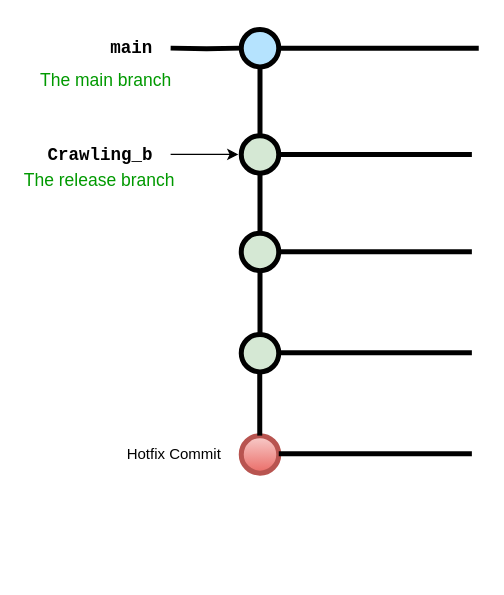
uytgb159/OSP2022 keeps this draw.io diagram as 제목 없는 다이어그램.drawio. Above is the earlier version. Source tidied: cells renumbered, new cells numbered last; positions are measured from the earlier drawing's top-left corner, leaving out a move shared by most shapes. Both pictures are drawn from the tidied source at 125%, with x=0, y=0 at pixel (21, 21).
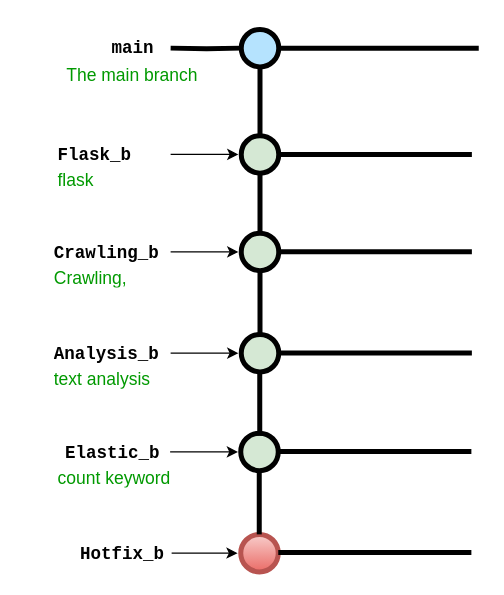
The same page after the edit.

Commit message (it also covers changes not shown here):
제목 없는 다이어그램.drawio 업데이트

The change refers to these unchanged cells:
```xml
<mxCell id="12" style="verticalLabelPosition=bottom;verticalAlign=top;html=1;strokeWidth=4;shape=mxgraph.flowchart.on-page_reference;plain-purple;gradientColor=none;strokeColor=#000000;fillColor=#D5E8D4;" parent="1" vertex="1">
  <mxGeometry x="175.5" y="169" width="30" height="30" as="geometry" />
</mxCell>
```

Diff of the diagram source:
```diff
@@
     <mxCell id="6" value="main" style="text;html=1;strokeColor=none;fillColor=none;align=center;verticalAlign=middle;whiteSpace=wrap;overflow=hidden;fontSize=14;fontStyle=1;fontFamily=Courier New;" parent="1" vertex="1">
-      <mxGeometry x="63.2" width="50" height="42" as="geometry" />
+      <mxGeometry x="63.6" y="10" width="50" height="22" as="geometry" />
     </mxCell>
@@
-    <mxCell id="9" value="Crawling_b" style="text;html=1;strokeColor=none;fillColor=none;align=left;verticalAlign=middle;whiteSpace=wrap;overflow=hidden;fontSize=14;fontStyle=1;fontFamily=Courier New;" parent="1" vertex="1">
-      <mxGeometry x="19" y="96" width="87" height="20" as="geometry" />
+    <mxCell id="9" value="Flask_b" style="text;html=1;strokeColor=none;fillColor=none;align=left;verticalAlign=middle;whiteSpace=wrap;overflow=hidden;fontSize=14;fontStyle=1;fontFamily=Courier New;" parent="1" vertex="1">
+      <mxGeometry x="26.6" y="96" width="87" height="20" as="geometry" />
     </mxCell>
@@
-    <mxCell id="11" style="edgeStyle=orthogonalEdgeStyle;curved=1;rounded=0;jettySize=auto;html=1;exitX=0.5;exitY=1;exitDx=0;exitDy=0;exitPerimeter=0;entryX=0.5;entryY=0;entryDx=0;entryDy=0;entryPerimeter=0;endArrow=none;endFill=0;strokeWidth=4;fontFamily=Courier New;fontColor=#009900;" parent="1" edge="1" source="12" target="13">
+    <mxCell id="11" style="edgeStyle=orthogonalEdgeStyle;curved=1;rounded=0;jettySize=auto;html=1;exitX=0.5;exitY=1;exitDx=0;exitDy=0;exitPerimeter=0;entryX=0.5;entryY=0;entryDx=0;entryDy=0;entryPerimeter=0;endArrow=none;endFill=0;strokeWidth=4;fontFamily=Courier New;fontColor=#009900;" parent="1" edge="1" source="12" target="31">
       <mxGeometry relative="1" as="geometry" />
     </mxCell>
@@
     <mxCell id="13" style="verticalLabelPosition=bottom;verticalAlign=top;html=1;strokeWidth=4;shape=mxgraph.flowchart.on-page_reference;plain-purple;gradientColor=none;strokeColor=#000000;fillColor=#D5E8D4;" parent="1" vertex="1">
-      <mxGeometry x="175.5" y="250" width="30" height="30" as="geometry" />
+      <mxGeometry x="175.1" y="329" width="30" height="30" as="geometry" />
     </mxCell>
-    <mxCell id="14" value="The release branch" style="text;html=1;strokeColor=none;fillColor=none;align=left;verticalAlign=middle;whiteSpace=wrap;overflow=hidden;fontSize=14;fontStyle=0;fontColor=#009900;" parent="1" vertex="1">
-      <mxGeometry y="116" width="123.2" height="20" as="geometry" />
+    <mxCell id="14" value="flask" style="text;html=1;strokeColor=none;fillColor=none;align=left;verticalAlign=middle;whiteSpace=wrap;overflow=hidden;fontSize=14;fontStyle=0;fontColor=#009900;" parent="1" vertex="1">
+      <mxGeometry x="26.6" y="116" width="123.2" height="20" as="geometry" />
     </mxCell>
     <mxCell id="15" value="The main branch&lt;br&gt;" style="text;html=1;strokeColor=none;fillColor=none;align=left;verticalAlign=middle;whiteSpace=wrap;overflow=hidden;fontSize=14;fontStyle=0;fontColor=#009900;" parent="1" vertex="1">
-      <mxGeometry x="13.2" y="36" width="110" height="20" as="geometry" />
+      <mxGeometry x="33.6" y="32" width="110" height="20" as="geometry" />
     </mxCell>
+    <mxCell id="23" style="endArrow=classic;html=1;strokeWidth=1;fontFamily=Courier New;fontColor=#009900;" parent="1" edge="1">
+      <mxGeometry relative="1" as="geometry">
+        <mxPoint x="118.6" y="344" as="sourcePoint" />
+        <mxPoint x="172.9" y="344" as="targetPoint" />
+      </mxGeometry>
+    </mxCell>
+    <mxCell id="24" style="endArrow=classic;html=1;strokeWidth=1;fontFamily=Courier New;fontColor=#009900;" parent="1" edge="1">
+      <mxGeometry relative="1" as="geometry">
+        <mxPoint x="119" y="184" as="sourcePoint" />
+        <mxPoint x="173.2" y="184" as="targetPoint" />
+      </mxGeometry>
+    </mxCell>
@@
     <mxCell id="18" style="edgeStyle=orthogonalEdgeStyle;curved=1;rounded=0;html=1;exitX=1;exitY=0.5;exitPerimeter=0;endArrow=none;endFill=0;jettySize=auto;orthogonalLoop=1;strokeWidth=4;fontSize=15;" parent="1" edge="1">
       <mxGeometry relative="1" as="geometry">
-        <mxPoint x="205.5" y="264.6" as="sourcePoint" />
-        <mxPoint x="360" y="264.6" as="targetPoint" />
+        <mxPoint x="205.1" y="343.6" as="sourcePoint" />
+        <mxPoint x="359.6" y="343.6" as="targetPoint" />
       </mxGeometry>
     </mxCell>
     <mxCell id="19" style="verticalLabelPosition=bottom;verticalAlign=top;html=1;strokeWidth=4;shape=mxgraph.flowchart.on-page_reference;plain-blue;gradientColor=#EA6B66;strokeColor=#B85450;fillColor=#F8CECC;" parent="1" vertex="1">
-      <mxGeometry x="175.5" y="331" width="30" height="30" as="geometry" />
+      <mxGeometry x="175.1" y="410" width="30" height="30" as="geometry" />
     </mxCell>
     <mxCell id="20" style="edgeStyle=orthogonalEdgeStyle;curved=1;rounded=0;orthogonalLoop=1;jettySize=auto;html=1;exitX=0.5;exitY=1;exitDx=0;exitDy=0;exitPerimeter=0;entryX=0.5;entryY=0;entryDx=0;entryDy=0;entryPerimeter=0;endArrow=none;endFill=0;strokeWidth=4;fontFamily=Courier New;fontColor=#009900;" parent="1" edge="1">
       <mxGeometry relative="1" as="geometry">
-        <mxPoint x="190.3" y="280" as="sourcePoint" />
-        <mxPoint x="190.3" y="331" as="targetPoint" />
+        <mxPoint x="189.9" y="359" as="sourcePoint" />
+        <mxPoint x="189.9" y="410" as="targetPoint" />
       </mxGeometry>
     </mxCell>
-    <mxCell id="21" value="Hotfix Commit" style="text;html=1;strokeColor=none;fillColor=none;align=center;verticalAlign=middle;whiteSpace=wrap;overflow=hidden;" parent="1" vertex="1">
-      <mxGeometry x="82" y="331" width="80" height="30" as="geometry" />
-    </mxCell>
     <mxCell id="22" style="edgeStyle=orthogonalEdgeStyle;curved=1;rounded=0;html=1;exitX=1;exitY=0.5;exitPerimeter=0;endArrow=none;endFill=0;jettySize=auto;orthogonalLoop=1;strokeWidth=4;fontSize=15;" parent="1" edge="1">
       <mxGeometry relative="1" as="geometry">
-        <mxPoint x="205.5" y="345.4" as="sourcePoint" />
-        <mxPoint x="360" y="345.4" as="targetPoint" />
+        <mxPoint x="205.1" y="424.4" as="sourcePoint" />
+        <mxPoint x="359.6" y="424.4" as="targetPoint" />
       </mxGeometry>
     </mxCell>
+    <mxCell id="25" value="Crawling_b" style="text;html=1;strokeColor=none;fillColor=none;align=left;verticalAlign=middle;whiteSpace=wrap;overflow=hidden;fontSize=14;fontStyle=1;fontFamily=Courier New;" parent="1" vertex="1">
+      <mxGeometry x="23.6" y="174" width="90" height="20" as="geometry" />
+    </mxCell>
+    <mxCell id="26" value="Crawling,&amp;nbsp;" style="text;html=1;strokeColor=none;fillColor=none;align=left;verticalAlign=middle;whiteSpace=wrap;overflow=hidden;fontSize=14;fontStyle=0;fontColor=#009900;" parent="1" vertex="1">
+      <mxGeometry x="23.6" y="194" width="123.2" height="20" as="geometry" />
+    </mxCell>
+    <mxCell id="27" value="Elastic_b" style="text;html=1;strokeColor=none;fillColor=none;align=left;verticalAlign=middle;whiteSpace=wrap;overflow=hidden;fontSize=14;fontStyle=1;fontFamily=Courier New;" parent="1" vertex="1">
+      <mxGeometry x="33.2" y="334" width="80" height="20" as="geometry" />
+    </mxCell>
+    <mxCell id="28" value="count keyword" style="text;html=1;strokeColor=none;fillColor=none;align=left;verticalAlign=middle;whiteSpace=wrap;overflow=hidden;fontSize=14;fontStyle=0;fontColor=#009900;" parent="1" vertex="1">
+      <mxGeometry x="26.6" y="354" width="123.2" height="20" as="geometry" />
+    </mxCell>
+    <mxCell id="29" value="Hotfix_b" style="text;html=1;strokeColor=none;fillColor=none;align=left;verticalAlign=middle;whiteSpace=wrap;overflow=hidden;fontSize=14;fontStyle=1;fontFamily=Courier New;" parent="1" vertex="1">
+      <mxGeometry x="44.9" y="415" width="73.7" height="20" as="geometry" />
+    </mxCell>
+    <mxCell id="30" style="endArrow=classic;html=1;strokeWidth=1;fontFamily=Courier New;fontColor=#009900;" parent="1" edge="1">
+      <mxGeometry relative="1" as="geometry">
+        <mxPoint x="119.8" y="424.9" as="sourcePoint" />
+        <mxPoint x="172.6" y="425" as="targetPoint" />
+      </mxGeometry>
+    </mxCell>
+    <mxCell id="31" style="verticalLabelPosition=bottom;verticalAlign=top;html=1;strokeWidth=4;shape=mxgraph.flowchart.on-page_reference;plain-purple;gradientColor=none;strokeColor=#000000;fillColor=#D5E8D4;" parent="1" vertex="1">
+      <mxGeometry x="175.5" y="250" width="30" height="30" as="geometry" />
+    </mxCell>
+    <mxCell id="32" style="endArrow=classic;html=1;strokeWidth=1;fontFamily=Courier New;fontColor=#009900;" parent="1" edge="1">
+      <mxGeometry relative="1" as="geometry">
+        <mxPoint x="119" y="265" as="sourcePoint" />
+        <mxPoint x="173.2" y="265" as="targetPoint" />
+      </mxGeometry>
+    </mxCell>
+    <mxCell id="33" style="edgeStyle=orthogonalEdgeStyle;curved=1;rounded=0;html=1;exitX=1;exitY=0.5;exitPerimeter=0;endArrow=none;endFill=0;jettySize=auto;orthogonalLoop=1;strokeWidth=4;fontSize=15;" parent="1" edge="1">
+      <mxGeometry relative="1" as="geometry">
+        <mxPoint x="205.5" y="264.8" as="sourcePoint" />
+        <mxPoint x="360" y="264.8" as="targetPoint" />
+      </mxGeometry>
+    </mxCell>
+    <mxCell id="34" value="Analysis_b" style="text;html=1;strokeColor=none;fillColor=none;align=left;verticalAlign=middle;whiteSpace=wrap;overflow=hidden;fontSize=14;fontStyle=1;fontFamily=Courier New;" parent="1" vertex="1">
+      <mxGeometry x="23.6" y="255" width="90" height="20" as="geometry" />
+    </mxCell>
+    <mxCell id="35" value="text analysis" style="text;html=1;strokeColor=none;fillColor=none;align=left;verticalAlign=middle;whiteSpace=wrap;overflow=hidden;fontSize=14;fontStyle=0;fontColor=#009900;" parent="1" vertex="1">
+      <mxGeometry x="23.6" y="275" width="123.2" height="20" as="geometry" />
+    </mxCell>
+    <mxCell id="36" style="edgeStyle=orthogonalEdgeStyle;curved=1;rounded=0;orthogonalLoop=1;jettySize=auto;html=1;exitX=0.5;exitY=1;exitDx=0;exitDy=0;exitPerimeter=0;entryX=0.5;entryY=0;entryDx=0;entryDy=0;entryPerimeter=0;endArrow=none;endFill=0;strokeWidth=4;fontFamily=Courier New;fontColor=#009900;" parent="1" edge="1">
+      <mxGeometry relative="1" as="geometry">
+        <mxPoint x="190.3" y="280" as="sourcePoint" />
+        <mxPoint x="190.3" y="331" as="targetPoint" />
+      </mxGeometry>
+    </mxCell>
```
